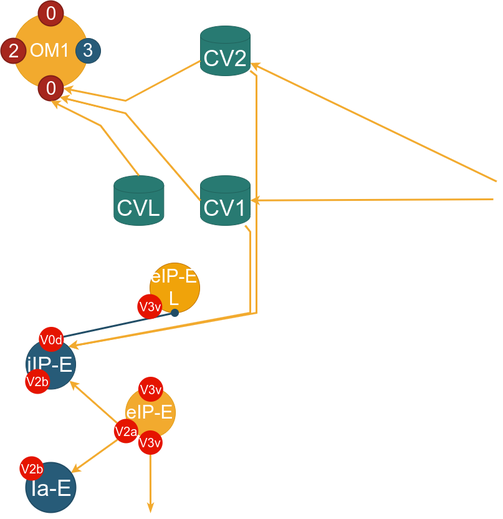
This is doc/diagram/nucleus_notation.png from research-team/memristive-spinal-cord, a draw.io export, as it was before one commit. Source tidied: cells renumbered, new cells last; positions are measured from the earlier drawing's top-left corner, leaving out a move shared by most shapes.
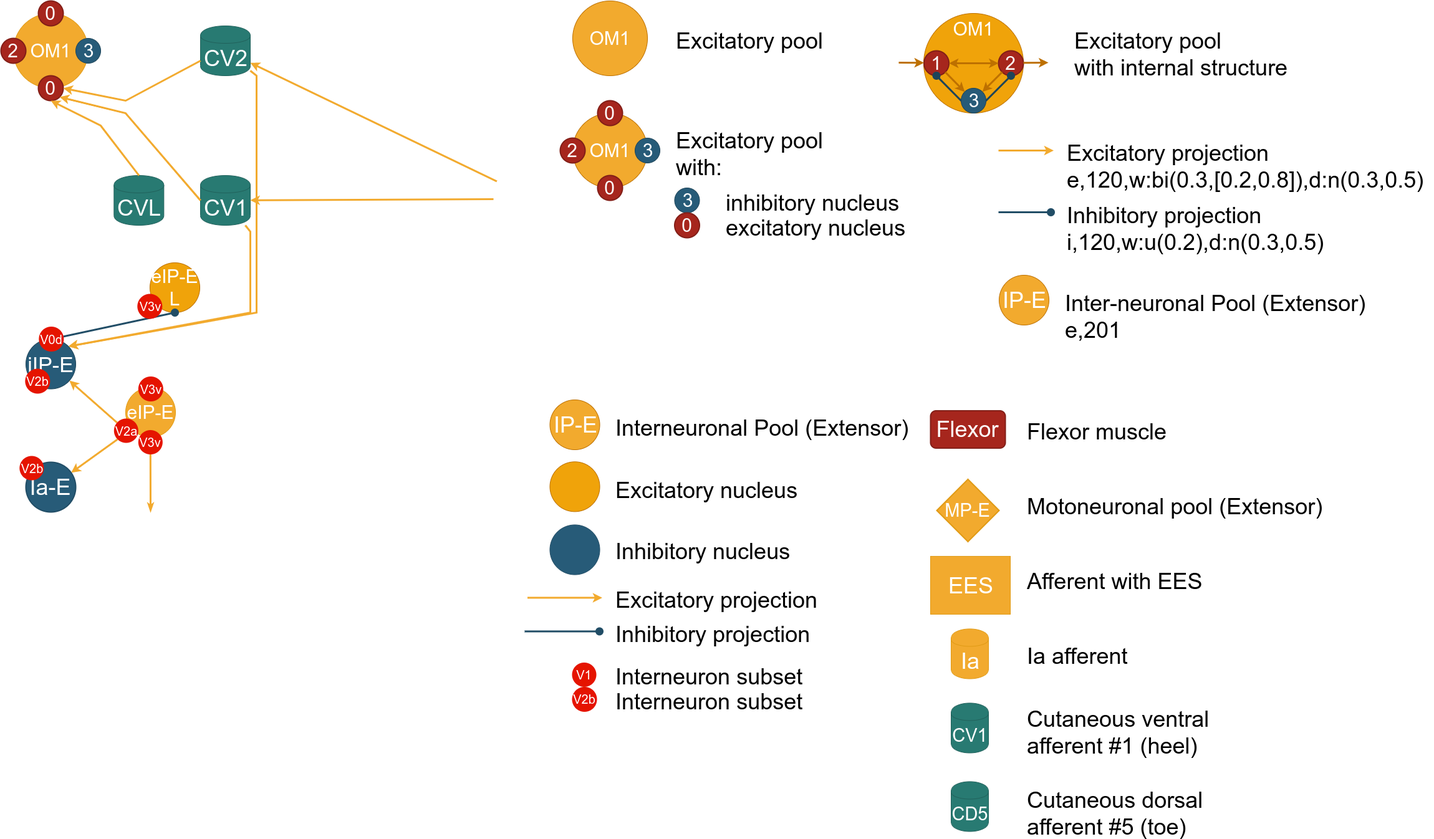
Later version of the same file.

Commit message:
nucleus notation: projections and nuclei

Diff of the diagram source:
```diff
@@ -1,7 +1,7 @@
 <mxGraphModel>
   <root>
     <mxCell id="0" />
-    <mxCell id="1" parent="0" />
+    <mxCell id="1" value="examples" parent="0" />
     <mxCell id="2" value="&lt;font style=&quot;font-size: 30px&quot;&gt;eIP-E&lt;br&gt;L&lt;/font&gt;" style="ellipse;whiteSpace=wrap;html=1;rounded=0;shadow=0;glass=0;comic=0;labelBackgroundColor=none;strokeColor=#BD7000;strokeWidth=1;fillColor=#f0a30a;fontSize=20;fontColor=#ffffff;align=center;" parent="1" vertex="1">
       <mxGeometry x="239" y="420" width="80" height="80" as="geometry" />
     </mxCell>
@@ -120,5 +120,192 @@
         </Array>
       </mxGeometry>
     </mxCell>
+    <mxCell id="32" value="legend" parent="0" />
+    <mxCell id="33" value="OM1" style="rounded=1;whiteSpace=wrap;html=1;fontSize=30;align=center;shadow=0;fontColor=#FFFFFF;strokeColor=#BD7000;strokeWidth=1;fillColor=#f2aa2e;gradientColor=none;glass=0;labelBackgroundColor=none;arcSize=50;" parent="32" vertex="1">
+      <mxGeometry x="917" width="120" height="120" as="geometry" />
+    </mxCell>
+    <mxCell id="34" style="ellipse;whiteSpace=wrap;html=1;rounded=0;shadow=0;glass=0;comic=0;labelBackgroundColor=none;strokeColor=#214D66;strokeWidth=1;fillColor=#275b78;fontSize=20;fontColor=#000000;align=left;gradientColor=none;" parent="32" vertex="1">
+      <mxGeometry x="880.5" y="840.5" width="80" height="80" as="geometry" />
+    </mxCell>
+    <mxCell id="35" style="ellipse;whiteSpace=wrap;html=1;rounded=0;shadow=0;glass=0;comic=0;labelBackgroundColor=none;strokeColor=#BD7000;strokeWidth=1;fillColor=#f0a30a;fontSize=20;fontColor=#ffffff;align=left;" parent="32" vertex="1">
+      <mxGeometry x="880.5" y="739.3" width="80" height="80" as="geometry" />
+    </mxCell>
+    <mxCell id="36" value="&lt;font style=&quot;font-size: 36px&quot;&gt;Interneuronal Pool (Extensor)&lt;/font&gt;" style="text;html=1;align=left;verticalAlign=top;spacingTop=-4;fontSize=30;fontColor=#000000;" parent="32" vertex="1">
+      <mxGeometry x="984" y="661.5" width="490" height="40" as="geometry" />
+    </mxCell>
+    <mxCell id="37" value="&lt;font style=&quot;font-size: 36px&quot;&gt;Excitatory nucleus&lt;/font&gt;" style="text;html=1;align=left;verticalAlign=top;spacingTop=-4;fontSize=30;fontColor=#000000;" parent="32" vertex="1">
+      <mxGeometry x="984" y="761" width="310" height="40" as="geometry" />
+    </mxCell>
+    <mxCell id="38" value="&lt;font style=&quot;font-size: 36px&quot;&gt;Inhibitory nucleus&lt;/font&gt;" style="text;html=1;align=left;verticalAlign=top;spacingTop=-4;fontSize=30;fontColor=#000000;" parent="32" vertex="1">
+      <mxGeometry x="984" y="859.5" width="300" height="40" as="geometry" />
+    </mxCell>
+    <mxCell id="39" value="&lt;font style=&quot;font-size: 36px&quot;&gt;Excitatory projection&lt;/font&gt;" style="text;html=1;align=left;verticalAlign=top;spacingTop=-4;fontSize=30;fontColor=#000000;" parent="32" vertex="1">
+      <mxGeometry x="984" y="937.5" width="340" height="40" as="geometry" />
+    </mxCell>
+    <mxCell id="40" value="&lt;font style=&quot;font-size: 36px&quot;&gt;Inhibitory projection&lt;/font&gt;" style="text;html=1;align=left;verticalAlign=top;spacingTop=-4;fontSize=30;fontColor=#000000;" parent="32" vertex="1">
+      <mxGeometry x="984" y="992.5" width="330" height="40" as="geometry" />
+    </mxCell>
+    <mxCell id="41" style="edgeStyle=none;rounded=0;comic=0;html=1;shadow=0;labelBackgroundColor=none;startArrow=none;startFill=0;startSize=6;endArrow=classic;endFill=1;endSize=6;jettySize=auto;orthogonalLoop=1;strokeColor=#F2AA2E;strokeWidth=3;fillColor=#ffcd28;gradientColor=#ffa500;fontSize=30;fontColor=#000000;align=left;" parent="32" edge="1">
+      <mxGeometry relative="1" as="geometry">
+        <mxPoint x="844.5" y="957.5" as="sourcePoint" />
+        <mxPoint x="964.5" y="957.5" as="targetPoint" />
+      </mxGeometry>
+    </mxCell>
+    <mxCell id="42" style="edgeStyle=none;rounded=0;comic=0;html=1;shadow=0;labelBackgroundColor=none;startArrow=none;startFill=0;startSize=6;endArrow=oval;endFill=1;endSize=10;jettySize=auto;orthogonalLoop=1;strokeColor=#214D66;strokeWidth=3;fillColor=#dae8fc;gradientColor=#7ea6e0;fontSize=30;fontColor=#000000;align=left;" parent="32" edge="1">
+      <mxGeometry relative="1" as="geometry">
+        <mxPoint x="840" y="1011.5" as="sourcePoint" />
+        <mxPoint x="960" y="1011.5" as="targetPoint" />
+      </mxGeometry>
+    </mxCell>
+    <mxCell id="43" value="&lt;font style=&quot;font-size: 36px&quot;&gt;IP-E&lt;/font&gt;" style="ellipse;whiteSpace=wrap;html=1;rounded=0;shadow=0;glass=0;comic=0;labelBackgroundColor=none;strokeColor=#BD7000;strokeWidth=1;fillColor=#f2aa2e;fontSize=30;fontColor=#FFFFFF;align=center;gradientColor=none;" parent="32" vertex="1">
+      <mxGeometry x="880.5" y="640" width="80" height="80" as="geometry" />
+    </mxCell>
+    <mxCell id="44" value="&lt;font style=&quot;font-size: 36px&quot;&gt;Afferent with EES&lt;/font&gt;" style="text;html=1;align=left;verticalAlign=top;spacingTop=-4;fontSize=30;fontColor=#000000;" parent="32" vertex="1">
+      <mxGeometry x="1644" y="907.5" width="300" height="40" as="geometry" />
+    </mxCell>
+    <mxCell id="45" value="&lt;font style=&quot;font-size: 36px&quot;&gt;Ia afferent&lt;/font&gt;" style="text;html=1;align=left;verticalAlign=top;spacingTop=-4;fontSize=30;fontColor=#000000;" parent="32" vertex="1">
+      <mxGeometry x="1644" y="1027.5" width="180" height="40" as="geometry" />
+    </mxCell>
+    <mxCell id="46" value="&lt;font style=&quot;font-size: 36px&quot;&gt;Motoneuronal pool (Extensor)&lt;/font&gt;" style="text;html=1;align=left;verticalAlign=top;spacingTop=-4;fontSize=30;fontColor=#000000;" parent="32" vertex="1">
+      <mxGeometry x="1644" y="787.5" width="490" height="40" as="geometry" />
+    </mxCell>
+    <mxCell id="47" value="&lt;font style=&quot;font-size: 36px&quot;&gt;Flexor muscle&lt;/font&gt;" style="text;html=1;align=left;verticalAlign=top;spacingTop=-4;fontSize=30;fontColor=#000000;" parent="32" vertex="1">
+      <mxGeometry x="1644" y="667.5" width="240" height="40" as="geometry" />
+    </mxCell>
+    <mxCell id="48" value="&lt;font style=&quot;font-size: 36px&quot;&gt;Ia&lt;/font&gt;" style="shape=cylinder;whiteSpace=wrap;html=1;boundedLbl=1;backgroundOutline=1;rounded=1;shadow=0;glass=0;strokeColor=#E09A14;strokeWidth=1;fillColor=#f2aa2e;gradientColor=none;fontSize=30;align=center;fontColor=#FFFFFF;" parent="32" vertex="1">
+      <mxGeometry x="1524" y="1007.5" width="60" height="80" as="geometry" />
+    </mxCell>
+    <mxCell id="49" value="&lt;font style=&quot;font-size: 36px&quot;&gt;Flexor&lt;/font&gt;" style="rounded=1;whiteSpace=wrap;html=1;strokeColor=#821E17;strokeWidth=2;fillColor=#a6261d;fontSize=30;fontColor=#FFFFFF;gradientColor=none;" parent="32" vertex="1">
+      <mxGeometry x="1491" y="657.5" width="120" height="60" as="geometry" />
+    </mxCell>
+    <mxCell id="50" value="&lt;font style=&quot;font-size: 29px;&quot;&gt;MP-E&lt;/font&gt;&lt;br style=&quot;font-size: 29px;&quot;&gt;" style="rhombus;whiteSpace=wrap;html=1;strokeColor=#E09A14;strokeWidth=2;fillColor=#f2aa2e;fontSize=29;fontColor=#FFFFFF;gradientColor=none;direction=south;" parent="32" vertex="1">
+      <mxGeometry x="1501" y="767.5" width="100" height="100" as="geometry" />
+    </mxCell>
+    <mxCell id="51" value="&lt;font style=&quot;font-size: 29px&quot;&gt;CD5&lt;/font&gt;" style="shape=cylinder;whiteSpace=wrap;html=1;boundedLbl=1;backgroundOutline=1;rounded=1;shadow=0;glass=0;strokeColor=#20615B;strokeWidth=1;fillColor=#287a72;gradientColor=none;fontSize=29;align=center;fontColor=#FFFFFF;" parent="32" vertex="1">
+      <mxGeometry x="1524" y="1252.5" width="60" height="80" as="geometry" />
+    </mxCell>
+    <mxCell id="52" value="&lt;font style=&quot;font-size: 29px;&quot;&gt;CV1&lt;/font&gt;" style="shape=cylinder;whiteSpace=wrap;html=1;boundedLbl=1;backgroundOutline=1;rounded=1;shadow=0;glass=0;strokeColor=#20615B;strokeWidth=1;fillColor=#287a72;gradientColor=none;fontSize=29;align=center;fontColor=#FFFFFF;" parent="32" vertex="1">
+      <mxGeometry x="1524" y="1126.5" width="60" height="80" as="geometry" />
+    </mxCell>
+    <mxCell id="53" value="&lt;font style=&quot;font-size: 36px&quot;&gt;Cutaneous ventral &lt;br&gt;afferent #1 (heel)&lt;/font&gt;" style="text;html=1;align=left;verticalAlign=top;spacingTop=-4;fontSize=30;fontColor=#000000;" parent="32" vertex="1">
+      <mxGeometry x="1644" y="1127.7" width="320" height="80" as="geometry" />
+    </mxCell>
+    <mxCell id="54" value="&lt;font style=&quot;font-size: 36px&quot;&gt;Cutaneous dorsal&amp;nbsp;&lt;br&gt;afferent #5 (toe)&lt;/font&gt;" style="text;html=1;align=left;verticalAlign=top;spacingTop=-4;fontSize=30;fontColor=#000000;" parent="32" vertex="1">
+      <mxGeometry x="1644" y="1257.7" width="310" height="80" as="geometry" />
+    </mxCell>
+    <mxCell id="55" value="&lt;font style=&quot;font-size: 36px&quot;&gt;EES&lt;/font&gt;" style="rounded=0;whiteSpace=wrap;html=1;shadow=0;glass=0;comic=0;labelBackgroundColor=none;strokeColor=#E09A14;strokeWidth=1;fillColor=#F2AA2E;gradientColor=none;fontSize=20;fontColor=#FFFFFF;align=center;" parent="32" vertex="1">
+      <mxGeometry x="1491" y="891" width="128" height="93" as="geometry" />
+    </mxCell>
+    <mxCell id="56" value="V2b" style="ellipse;whiteSpace=wrap;html=1;strokeColor=none;strokeWidth=3;fillColor=#e51400;fontColor=#ffffff;fontSize=20;" parent="32" vertex="1">
+      <mxGeometry x="916" y="1100.5" width="40" height="40" as="geometry" />
+    </mxCell>
+    <mxCell id="57" value="V1" style="ellipse;whiteSpace=wrap;html=1;strokeColor=none;strokeWidth=3;fillColor=#e51400;fontColor=#ffffff;fontSize=20;" parent="32" vertex="1">
+      <mxGeometry x="916" y="1061.5" width="39" height="39" as="geometry" />
+    </mxCell>
+    <mxCell id="58" value="&lt;span style=&quot;font-size: 36px&quot;&gt;Interneuron subset&lt;/span&gt;" style="text;html=1;align=left;verticalAlign=top;spacingTop=-4;fontSize=30;fontColor=#000000;" parent="32" vertex="1">
+      <mxGeometry x="984" y="1060.5" width="320" height="40" as="geometry" />
+    </mxCell>
+    <mxCell id="59" value="&lt;span style=&quot;font-size: 36px&quot;&gt;Interneuron subset&lt;/span&gt;" style="text;html=1;align=left;verticalAlign=top;spacingTop=-4;fontSize=30;fontColor=#000000;" parent="32" vertex="1">
+      <mxGeometry x="984" y="1100.5" width="320" height="40" as="geometry" />
+    </mxCell>
+    <mxCell id="60" value="&lt;font style=&quot;font-size: 36px&quot;&gt;Excitatory pool&lt;/font&gt;" style="text;html=1;align=left;verticalAlign=top;spacingTop=-4;fontSize=30;fontColor=#000000;" parent="32" vertex="1">
+      <mxGeometry x="1080.5" y="40" width="250" height="40" as="geometry" />
+    </mxCell>
+    <mxCell id="61" value="OM1" style="rounded=1;whiteSpace=wrap;html=1;fontSize=30;align=center;shadow=0;fontColor=#FFFFFF;strokeColor=#BD7000;strokeWidth=1;fillColor=#f2aa2e;gradientColor=none;glass=0;labelBackgroundColor=none;arcSize=50;" parent="32" vertex="1">
+      <mxGeometry x="917" y="180" width="120" height="120" as="geometry" />
+    </mxCell>
+    <mxCell id="62" value="3" style="ellipse;whiteSpace=wrap;html=1;fontSize=30;verticalAlign=middle;align=center;fillColor=#275B78;strokeColor=#1D4459;rounded=0;shadow=0;fontColor=#FFFFFF;strokeWidth=1;gradientColor=none;glass=0;labelBackgroundColor=none;" parent="32" vertex="1">
+      <mxGeometry x="1017" y="220" width="40" height="40" as="geometry" />
+    </mxCell>
+    <mxCell id="63" value="2" style="ellipse;whiteSpace=wrap;html=1;fontSize=30;verticalAlign=middle;align=center;fillColor=#A6261D;strokeColor=#821E17;rounded=1;fontColor=#FFFFFF;strokeWidth=2;gradientColor=none;" parent="32" vertex="1">
+      <mxGeometry x="897" y="220" width="40" height="40" as="geometry" />
+    </mxCell>
+    <mxCell id="64" value="0" style="ellipse;whiteSpace=wrap;html=1;fontSize=30;verticalAlign=middle;align=center;fillColor=#a6261d;strokeColor=#821E17;rounded=1;fontColor=#FFFFFF;strokeWidth=2;gradientColor=none;" parent="32" vertex="1">
+      <mxGeometry x="957" y="280" width="40" height="40" as="geometry" />
+    </mxCell>
+    <mxCell id="65" value="0" style="ellipse;whiteSpace=wrap;html=1;fontSize=30;verticalAlign=middle;align=center;fillColor=#a6261d;strokeColor=#821E17;rounded=1;fontColor=#FFFFFF;strokeWidth=2;gradientColor=none;" parent="32" vertex="1">
+      <mxGeometry x="957" y="160" width="40" height="40" as="geometry" />
+    </mxCell>
+    <mxCell id="66" value="&lt;font style=&quot;font-size: 36px&quot;&gt;Excitatory pool&lt;br&gt;with:&amp;nbsp;&lt;br&gt;&lt;/font&gt;" style="text;html=1;align=left;verticalAlign=top;spacingTop=-4;fontSize=30;fontColor=#000000;" parent="32" vertex="1">
+      <mxGeometry x="1080.5" y="200" width="250" height="80" as="geometry" />
+    </mxCell>
+    <mxCell id="67" value="3" style="ellipse;whiteSpace=wrap;html=1;fontSize=30;verticalAlign=middle;align=center;fillColor=#275B78;strokeColor=#1D4459;rounded=0;shadow=0;fontColor=#FFFFFF;strokeWidth=1;gradientColor=none;glass=0;labelBackgroundColor=none;" parent="32" vertex="1">
+      <mxGeometry x="1080.5" y="300" width="40" height="40" as="geometry" />
+    </mxCell>
+    <mxCell id="68" value="&lt;font style=&quot;font-size: 36px&quot;&gt;inhibitory nucleus&lt;/font&gt;" style="text;html=1;align=left;verticalAlign=top;spacingTop=-4;fontSize=30;fontColor=#000000;" parent="32" vertex="1">
+      <mxGeometry x="1160.5" y="300" width="290" height="40" as="geometry" />
+    </mxCell>
+    <mxCell id="69" value="0" style="ellipse;whiteSpace=wrap;html=1;fontSize=30;verticalAlign=middle;align=center;fillColor=#a6261d;strokeColor=#821E17;rounded=1;fontColor=#FFFFFF;strokeWidth=2;gradientColor=none;" parent="32" vertex="1">
+      <mxGeometry x="1080.5" y="340" width="40" height="40" as="geometry" />
+    </mxCell>
+    <mxCell id="70" value="&lt;font style=&quot;font-size: 36px&quot;&gt;excitatory nucleus&lt;/font&gt;" style="text;html=1;align=left;verticalAlign=top;spacingTop=-4;fontSize=30;fontColor=#000000;" parent="32" vertex="1">
+      <mxGeometry x="1160.5" y="340" width="300" height="40" as="geometry" />
+    </mxCell>
+    <mxCell id="71" value="OM1" style="rounded=1;whiteSpace=wrap;html=1;fontSize=30;align=center;shadow=0;fontColor=#FFFFFF;strokeColor=#BD7000;strokeWidth=1;fillColor=#F0A30A;gradientColor=none;glass=0;labelBackgroundColor=none;arcSize=50;horizontal=1;verticalAlign=top;" parent="32" vertex="1">
+      <mxGeometry x="1480" y="20" width="160" height="160" as="geometry" />
+    </mxCell>
+    <mxCell id="72" value="3" style="ellipse;whiteSpace=wrap;html=1;fontSize=30;verticalAlign=middle;align=center;fillColor=#275B78;strokeColor=#1D4459;rounded=0;shadow=0;fontColor=#FFFFFF;strokeWidth=1;gradientColor=none;glass=0;labelBackgroundColor=none;" parent="32" vertex="1">
+      <mxGeometry x="1540" y="140" width="40" height="40" as="geometry" />
+    </mxCell>
+    <mxCell id="73" value="2" style="ellipse;whiteSpace=wrap;html=1;fontSize=30;verticalAlign=middle;align=center;fillColor=#A6261D;strokeColor=#821E17;rounded=1;fontColor=#FFFFFF;strokeWidth=2;gradientColor=none;" parent="32" vertex="1">
+      <mxGeometry x="1600" y="80" width="40" height="40" as="geometry" />
+    </mxCell>
+    <mxCell id="74" value="1" style="ellipse;whiteSpace=wrap;html=1;fontSize=30;verticalAlign=middle;align=center;fillColor=#a6261d;strokeColor=#821E17;rounded=1;fontColor=#FFFFFF;strokeWidth=2;gradientColor=none;" parent="32" vertex="1">
+      <mxGeometry x="1480.5" y="80" width="40" height="40" as="geometry" />
+    </mxCell>
+    <mxCell id="75" style="edgeStyle=none;rounded=0;comic=0;html=1;shadow=0;labelBackgroundColor=none;startArrow=none;startFill=0;startSize=6;endArrow=classic;endFill=1;endSize=6;jettySize=auto;orthogonalLoop=1;strokeColor=#BD7000;strokeWidth=3;fillColor=#f0a30a;fontSize=30;fontColor=#000000;align=left;" parent="32" edge="1">
+      <mxGeometry relative="1" as="geometry">
+        <mxPoint x="1440" y="99" as="sourcePoint" />
+        <mxPoint x="1480.5" y="99.3" as="targetPoint" />
+      </mxGeometry>
+    </mxCell>
+    <mxCell id="76" style="edgeStyle=none;rounded=0;comic=0;html=1;shadow=0;labelBackgroundColor=none;startArrow=none;startFill=0;startSize=6;endArrow=classic;endFill=1;endSize=6;jettySize=auto;orthogonalLoop=1;strokeColor=#BD7000;strokeWidth=3;fillColor=#f0a30a;fontSize=30;fontColor=#000000;align=left;" parent="32" edge="1">
+      <mxGeometry relative="1" as="geometry">
+        <mxPoint x="1640" y="99.3" as="sourcePoint" />
+        <mxPoint x="1680" y="99" as="targetPoint" />
+      </mxGeometry>
+    </mxCell>
+    <mxCell id="77" style="edgeStyle=none;rounded=0;comic=0;html=1;shadow=0;labelBackgroundColor=none;startArrow=classic;startFill=1;startSize=6;endArrow=classic;endFill=1;endSize=6;jettySize=auto;strokeColor=#BD7000;strokeWidth=3;fillColor=#f0a30a;fontSize=30;fontColor=#000000;align=left;entryX=0;entryY=0.5;entryDx=0;entryDy=0;" parent="32" edge="1" source="74" target="73">
+      <mxGeometry relative="1" as="geometry" />
+    </mxCell>
+    <mxCell id="78" style="edgeStyle=none;rounded=0;comic=0;html=1;shadow=0;labelBackgroundColor=none;startArrow=none;startFill=0;startSize=6;endArrow=oval;endFill=1;endSize=10;jettySize=auto;strokeColor=#1D4459;strokeWidth=3;fillColor=#dae8fc;gradientColor=#7ea6e0;fontSize=30;fontColor=#000000;align=left;exitX=1;exitY=0.5;exitDx=0;exitDy=0;entryX=0.5;entryY=1;entryDx=0;entryDy=0;" parent="32" edge="1" source="72" target="73">
+      <mxGeometry relative="1" as="geometry" />
+    </mxCell>
+    <mxCell id="79" style="edgeStyle=none;rounded=0;comic=0;html=1;shadow=0;labelBackgroundColor=none;startArrow=none;startFill=0;startSize=6;endArrow=oval;endFill=1;endSize=10;jettySize=auto;strokeColor=#1D4459;strokeWidth=3;fillColor=#dae8fc;gradientColor=#7ea6e0;fontSize=30;fontColor=#000000;align=left;exitX=0;exitY=0.5;exitDx=0;exitDy=0;entryX=0.5;entryY=1;entryDx=0;entryDy=0;" parent="32" edge="1" source="72" target="74">
+      <mxGeometry relative="1" as="geometry" />
+    </mxCell>
+    <mxCell id="80" style="edgeStyle=none;rounded=0;comic=0;html=1;shadow=0;labelBackgroundColor=none;startArrow=none;startFill=0;startSize=6;endArrow=classic;endFill=1;endSize=6;jettySize=auto;strokeColor=#BD7000;strokeWidth=3;fillColor=#f0a30a;fontSize=30;fontColor=#000000;align=left;exitX=1;exitY=1;exitDx=0;exitDy=0;" parent="32" edge="1" source="74" target="72">
+      <mxGeometry relative="1" as="geometry" />
+    </mxCell>
+    <mxCell id="81" style="edgeStyle=none;rounded=0;comic=0;html=1;shadow=0;labelBackgroundColor=none;startArrow=none;startFill=0;startSize=6;endArrow=classic;endFill=1;endSize=6;jettySize=auto;strokeColor=#BD7000;strokeWidth=3;fillColor=#f0a30a;fontSize=30;fontColor=#000000;align=left;exitX=0;exitY=1;exitDx=0;exitDy=0;entryX=1;entryY=0;entryDx=0;entryDy=0;" parent="32" edge="1" source="73" target="72">
+      <mxGeometry relative="1" as="geometry" />
+    </mxCell>
+    <mxCell id="82" value="&lt;font style=&quot;font-size: 36px&quot;&gt;Excitatory pool&lt;br&gt;with internal structure&lt;br&gt;&lt;/font&gt;" style="text;html=1;align=left;verticalAlign=top;spacingTop=-4;fontSize=30;fontColor=#000000;" parent="32" vertex="1">
+      <mxGeometry x="1720" y="40" width="360" height="80" as="geometry" />
+    </mxCell>
+    <mxCell id="83" value="&lt;font style=&quot;font-size: 36px&quot;&gt;Excitatory projection&lt;br&gt;e,120,w:bi(0.3,[0.2,0.8]),d:n(0.3,0.5)&lt;br&gt;&lt;/font&gt;" style="text;html=1;align=left;verticalAlign=top;spacingTop=-4;fontSize=30;fontColor=#000000;" parent="32" vertex="1">
+      <mxGeometry x="1708" y="220" width="590" height="80" as="geometry" />
+    </mxCell>
+    <mxCell id="84" value="&lt;font style=&quot;font-size: 36px&quot;&gt;Inhibitory projection&lt;br&gt;i,120,w:u(0.2),d:n(0.3,0.5)&lt;br&gt;&lt;/font&gt;" style="text;html=1;align=left;verticalAlign=top;spacingTop=-4;fontSize=30;fontColor=#000000;" parent="32" vertex="1">
+      <mxGeometry x="1708" y="320" width="430" height="80" as="geometry" />
+    </mxCell>
+    <mxCell id="85" style="edgeStyle=none;rounded=0;comic=0;html=1;shadow=0;labelBackgroundColor=none;startArrow=none;startFill=0;startSize=6;endArrow=classic;endFill=1;endSize=6;jettySize=auto;orthogonalLoop=1;strokeColor=#F2AA2E;strokeWidth=3;fillColor=#ffcd28;gradientColor=#ffa500;fontSize=30;fontColor=#000000;align=left;" parent="32" edge="1">
+      <mxGeometry relative="1" as="geometry">
+        <mxPoint x="1600" y="240" as="sourcePoint" />
+        <mxPoint x="1688.5" y="240" as="targetPoint" />
+      </mxGeometry>
+    </mxCell>
+    <mxCell id="86" style="edgeStyle=none;rounded=0;comic=0;html=1;shadow=0;labelBackgroundColor=none;startArrow=none;startFill=0;startSize=6;endArrow=oval;endFill=1;endSize=10;jettySize=auto;orthogonalLoop=1;strokeColor=#214D66;strokeWidth=3;fillColor=#dae8fc;gradientColor=#7ea6e0;fontSize=30;fontColor=#000000;align=left;" parent="32" edge="1">
+      <mxGeometry relative="1" as="geometry">
+        <mxPoint x="1600" y="339" as="sourcePoint" />
+        <mxPoint x="1684" y="339" as="targetPoint" />
+      </mxGeometry>
+    </mxCell>
+    <mxCell id="87" value="&lt;font style=&quot;font-size: 36px&quot;&gt;Inter-neuronal Pool (Extensor)&lt;br&gt;e,201&lt;br&gt;&lt;br&gt;&lt;/font&gt;" style="text;html=1;align=left;verticalAlign=top;spacingTop=-4;fontSize=30;fontColor=#000000;" parent="32" vertex="1">
+      <mxGeometry x="1704.5" y="461.5" width="500" height="120" as="geometry" />
+    </mxCell>
+    <mxCell id="88" value="&lt;font style=&quot;font-size: 36px&quot;&gt;IP-E&lt;/font&gt;" style="ellipse;whiteSpace=wrap;html=1;rounded=0;shadow=0;glass=0;comic=0;labelBackgroundColor=none;strokeColor=#BD7000;strokeWidth=1;fillColor=#f2aa2e;fontSize=30;fontColor=#FFFFFF;align=center;gradientColor=none;" parent="32" vertex="1">
+      <mxGeometry x="1601" y="440" width="80" height="80" as="geometry" />
+    </mxCell>
   </root>
 </mxGraphModel>
```
